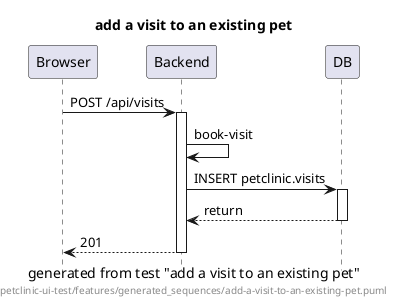
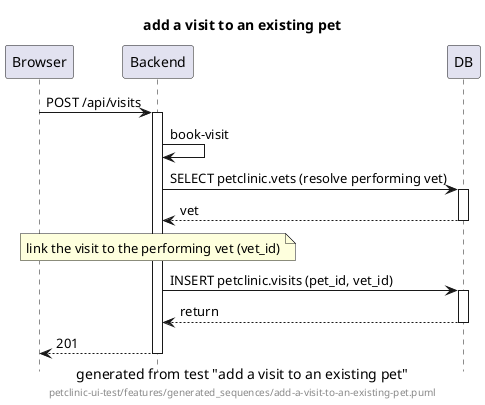
@startuml
hide footbox
title add a visit to an existing pet
caption generated from test "add a visit to an existing pet"
footer petclinic-ui-test/features/generated_sequences/add-a-visit-to-an-existing-pet.puml
participant Browser
participant Backend
participant DB
Browser -> Backend: POST /api/visits
activate Backend
Backend -> Backend: book-visit
- Backend -> DB: INSERT petclinic.visits
+ Backend -> DB: SELECT petclinic.vets (resolve performing vet)
+ activate DB
+ DB --> Backend: vet
+ deactivate DB
+ note over Backend: link the visit to the performing vet (vet_id)
+ Backend -> DB: INSERT petclinic.visits (pet_id, vet_id)
activate DB
DB --> Backend: return
deactivate DB
Backend --> Browser: 201
deactivate Backend
@enduml
